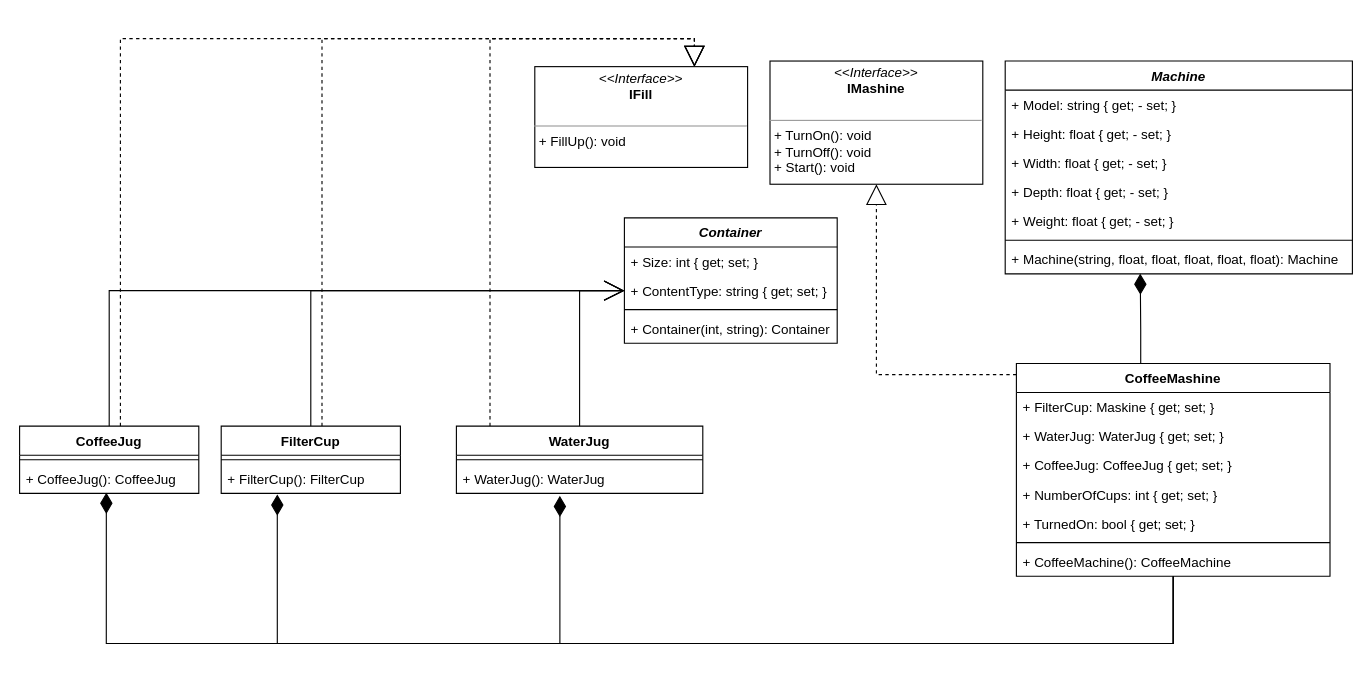
Above: KaffeMaskinen Del1/KaffeMaskinen.drawio in Mojiez/H2Opgaver (draw.io), before the change. Source tidied: cells renumbered, new cells numbered last; positions are measured from the earlier drawing's top-left corner, leaving out a move shared by most shapes. Both pictures are drawn from the tidied source at 112%, with x=0, y=0 at pixel (19, 38).
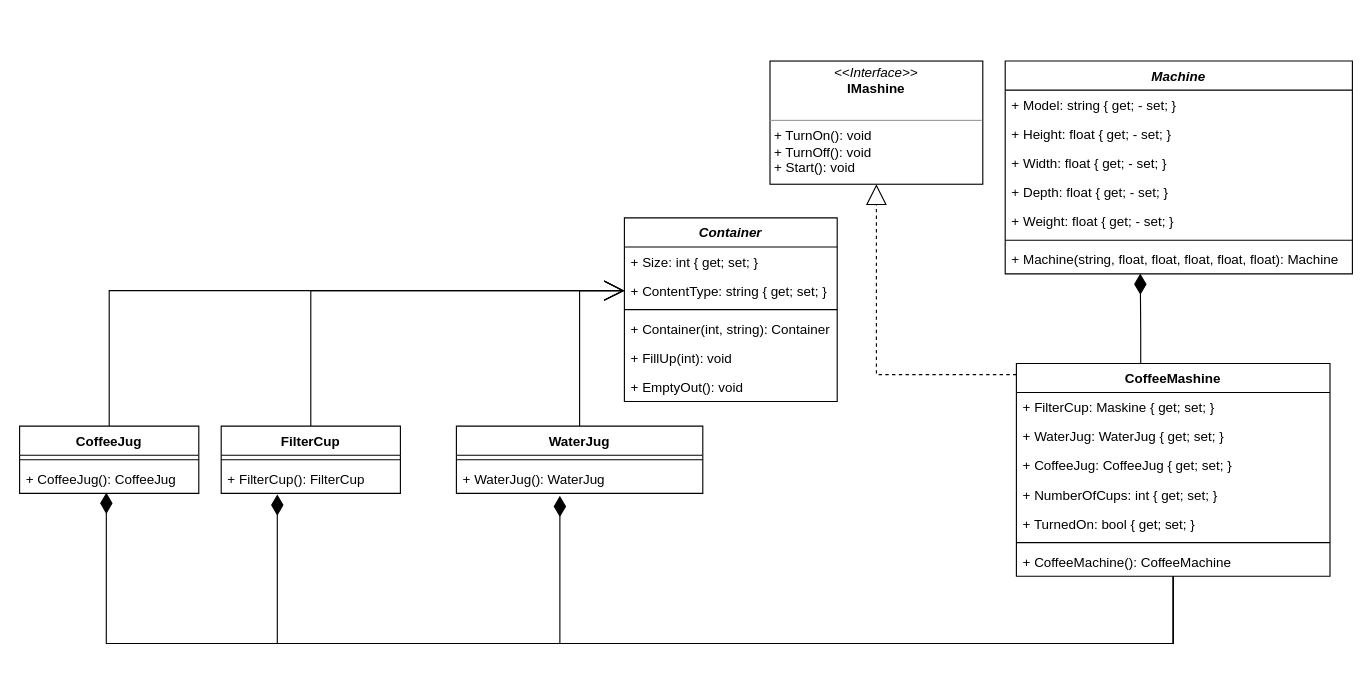
The same page after the edit.

Unchanged cells that the change refers to:
```xml
<mxCell id="35" value="FilterCup" style="swimlane;fontStyle=1;align=center;verticalAlign=top;horizontal=1;startSize=26;" parent="1" vertex="1">
  <mxGeometry x="180" y="346" width="160" height="60" as="geometry" />
</mxCell>
<mxCell id="39" value="CoffeeJug" style="swimlane;fontStyle=1;align=center;verticalAlign=top;horizontal=1;startSize=26;" parent="1" vertex="1">
  <mxGeometry y="346" width="160" height="60" as="geometry" />
</mxCell>
<mxCell id="42" value="WaterJug" style="swimlane;fontStyle=1;align=center;verticalAlign=top;horizontal=1;startSize=26;" parent="1" vertex="1">
  <mxGeometry x="390" y="346" width="220" height="60" as="geometry" />
</mxCell>
```

What changed in the source:
```diff
@@
-    <mxCell id="10" style="edgeStyle=orthogonalEdgeStyle;rounded=0;jettySize=auto;html=1;entryX=0.75;entryY=0;entryDx=0;entryDy=0;dashed=1;endArrow=block;endFill=0;endSize=16;" parent="1" edge="1" source="42" target="27">
-      <mxGeometry relative="1" as="geometry">
-        <Array as="points">
-          <mxPoint x="420" />
-          <mxPoint x="603" />
-        </Array>
-      </mxGeometry>
-    </mxCell>
@@
-    <mxCell id="24" style="edgeStyle=orthogonalEdgeStyle;rounded=0;jettySize=auto;html=1;entryX=0.75;entryY=0;entryDx=0;entryDy=0;dashed=1;endArrow=block;endFill=0;endSize=16;" parent="1" edge="1" source="35" target="27">
-      <mxGeometry relative="1" as="geometry">
-        <Array as="points">
-          <mxPoint x="270" />
-          <mxPoint x="602" />
-        </Array>
-      </mxGeometry>
-    </mxCell>
@@
-    <mxCell id="26" style="edgeStyle=orthogonalEdgeStyle;rounded=0;jettySize=auto;html=1;entryX=0.75;entryY=0;entryDx=0;entryDy=0;dashed=1;endArrow=block;endFill=0;endSize=16;" parent="1" edge="1" source="39" target="27">
-      <mxGeometry relative="1" as="geometry">
-        <Array as="points">
-          <mxPoint x="90" />
-          <mxPoint x="602" />
-        </Array>
-      </mxGeometry>
-    </mxCell>
-    <mxCell id="27" value="&lt;p style=&quot;margin: 0px ; margin-top: 4px ; text-align: center&quot;&gt;&lt;i&gt;&amp;lt;&amp;lt;Interface&amp;gt;&amp;gt;&lt;/i&gt;&lt;br&gt;&lt;b&gt;IFill&lt;/b&gt;&lt;/p&gt;&lt;br&gt;&lt;hr size=&quot;1&quot;&gt;&lt;p style=&quot;margin: 0px ; margin-left: 4px&quot;&gt;+ FillUp(): void&lt;/p&gt;" style="verticalAlign=top;align=left;overflow=fill;fontSize=12;fontFamily=Helvetica;html=1;strokeWidth=1;" parent="1" vertex="1">
-      <mxGeometry x="460" y="25" width="190" height="90" as="geometry" />
-    </mxCell>
     <mxCell id="28" value="Container" style="swimlane;fontStyle=3;align=center;verticalAlign=top;horizontal=1;startSize=26;strokeWidth=1;" parent="1" vertex="1">
-      <mxGeometry x="540" y="160" width="190" height="112" as="geometry" />
+      <mxGeometry x="540" y="160" width="190" height="164" as="geometry" />
     </mxCell>
@@
+    <mxCell id="45" value="+ Container(int, string): Container" style="text;strokeColor=none;fillColor=none;align=left;verticalAlign=top;spacingLeft=4;spacingRight=4;overflow=hidden;" parent="28" vertex="1">
+      <mxGeometry y="86" width="190" height="26" as="geometry" />
+    </mxCell>
-    <mxCell id="32" value="+ Container(int, string): Container" style="text;strokeColor=none;fillColor=none;align=left;verticalAlign=top;spacingLeft=4;spacingRight=4;overflow=hidden;" parent="28" vertex="1">
-      <mxGeometry y="86" width="190" height="26" as="geometry" />
+    <mxCell id="32" value="+ FillUp(int): void" style="text;strokeColor=none;fillColor=none;align=left;verticalAlign=top;spacingLeft=4;spacingRight=4;overflow=hidden;" parent="28" vertex="1">
+      <mxGeometry y="112" width="190" height="26" as="geometry" />
     </mxCell>
+    <mxCell id="46" value="+ EmptyOut(): void" style="text;strokeColor=none;fillColor=none;align=left;verticalAlign=top;spacingLeft=4;spacingRight=4;overflow=hidden;" parent="28" vertex="1">
+      <mxGeometry y="138" width="190" height="26" as="geometry" />
+    </mxCell>
```
